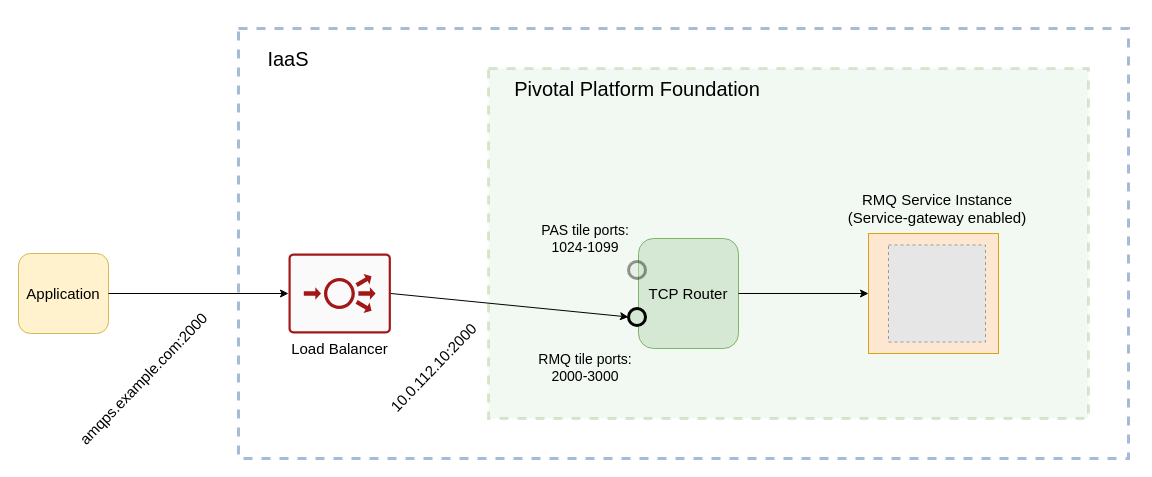
Above: images/drawio/service-gateway-architecture.drawio in pivotal-cf/docs-rabbitmq-staging (draw.io), before the change. Source tidied: cells renumbered, new cells numbered last; positions are measured from the earlier drawing's top-left corner, leaving out a move shared by most shapes. Both pictures are drawn from the tidied source at 100%, with x=0, y=0 at pixel (18, 28). Pictures stored in the file or linked from it are replaced by grey dashed boxes.
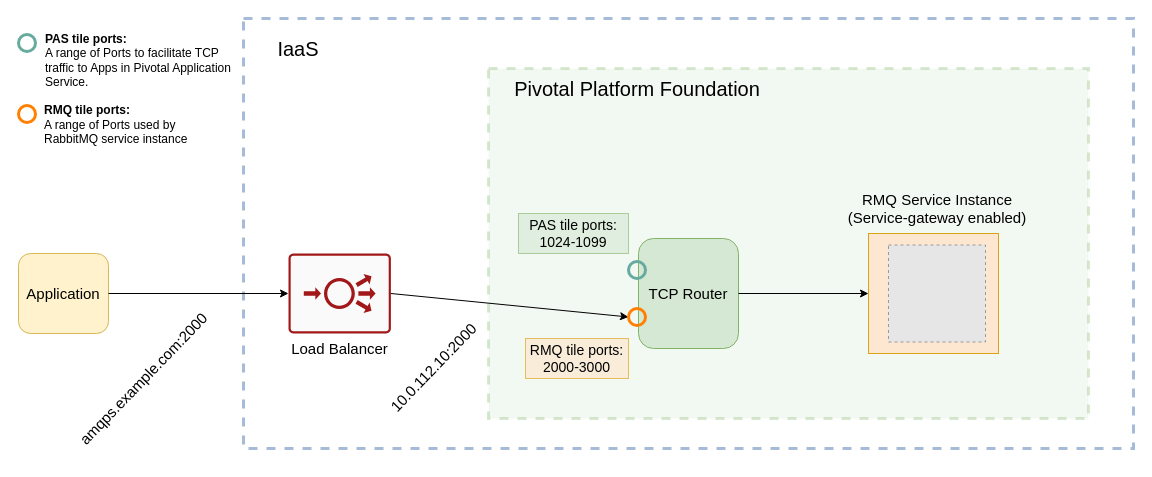
The same diagram, later.

Commit message (it also covers changes not shown here):
Added information about what different port ranges mean in the service gateway architecture diagram

[#166465111]

Change to the diagram source:
```diff
@@
     <mxCell id="2" style="rounded=0;whiteSpace=wrap;html=1;strokeWidth=3;opacity=60;dashed=1;fillColor=none;strokeColor=#6c8ebf;" parent="1" vertex="1">
-      <mxGeometry x="220" width="890" height="430" as="geometry" />
+      <mxGeometry x="225" y="-10" width="890" height="430" as="geometry" />
     </mxCell>
@@
     <mxCell id="13" value="&lt;font style=&quot;font-size: 20px&quot;&gt;IaaS&lt;/font&gt;" style="text;html=1;strokeColor=none;fillColor=none;align=center;verticalAlign=middle;whiteSpace=wrap;rounded=0;opacity=90;" parent="1" vertex="1">
-      <mxGeometry x="230" y="20" width="80" height="20" as="geometry" />
+      <mxGeometry x="240" y="10" width="80" height="20" as="geometry" />
     </mxCell>
-    <mxCell id="14" style="ellipse;whiteSpace=wrap;html=1;strokeColor=#000000;strokeWidth=3;fillColor=#d5e8d4;opacity=40;" parent="1" vertex="1">
+    <mxCell id="14" style="ellipse;whiteSpace=wrap;html=1;strokeColor=#67AB9F;strokeWidth=3;fillColor=none;" parent="1" vertex="1">
       <mxGeometry x="610" y="233" width="17" height="17" as="geometry" />
     </mxCell>
-    <mxCell id="15" style="ellipse;whiteSpace=wrap;html=1;strokeColor=#000000;strokeWidth=3;fillColor=#d5e8d4;" parent="1" vertex="1">
+    <mxCell id="15" style="ellipse;whiteSpace=wrap;html=1;strokeColor=#FF8000;strokeWidth=3;fillColor=none;" parent="1" vertex="1">
       <mxGeometry x="610" y="280" width="17" height="17" as="geometry" />
     </mxCell>
-    <mxCell id="16" value="&lt;font style=&quot;font-size: 14px&quot;&gt;PAS tile ports: 1024-1099&lt;/font&gt;" style="text;html=1;strokeColor=none;fillColor=none;align=center;verticalAlign=middle;whiteSpace=wrap;rounded=0;opacity=60;" parent="1" vertex="1">
-      <mxGeometry x="507" y="200" width="120" height="20" as="geometry" />
+    <mxCell id="16" value="&lt;font style=&quot;font-size: 14px&quot;&gt;PAS tile ports: 1024-1099&lt;/font&gt;" style="text;html=1;strokeColor=#82b366;fillColor=#d5e8d4;align=center;verticalAlign=middle;whiteSpace=wrap;rounded=0;opacity=60;" parent="1" vertex="1">
+      <mxGeometry x="500" y="185" width="110" height="40" as="geometry" />
     </mxCell>
-    <mxCell id="17" value="&lt;font style=&quot;font-size: 14px&quot;&gt;RMQ tile ports: 2000-3000&lt;/font&gt;" style="text;html=1;strokeColor=none;fillColor=none;align=center;verticalAlign=middle;whiteSpace=wrap;rounded=0;opacity=60;" parent="1" vertex="1">
-      <mxGeometry x="507" y="329" width="120" height="20" as="geometry" />
+    <mxCell id="17" value="&lt;font style=&quot;font-size: 14px&quot;&gt;RMQ tile ports: 2000-3000&lt;/font&gt;" style="text;html=1;strokeColor=#d79b00;fillColor=#ffe6cc;align=center;verticalAlign=middle;whiteSpace=wrap;rounded=0;opacity=60;" parent="1" vertex="1">
+      <mxGeometry x="507" y="310" width="103" height="40" as="geometry" />
     </mxCell>
@@
+    <mxCell id="23" style="group;" parent="1" vertex="1">
+      <mxGeometry y="-10" width="225" height="134" as="geometry" />
+    </mxCell>
+    <mxCell id="24" value="&lt;div&gt;&lt;br&gt;&lt;/div&gt;&lt;div&gt;&lt;b&gt; PAS ti&lt;/b&gt;&lt;b&gt;le ports:&lt;/b&gt;&lt;/div&gt;A range of Ports to facilitate TCP traffic to Apps in Pivotal Application Service." style="text;html=1;strokeColor=none;fillColor=none;align=left;verticalAlign=middle;whiteSpace=wrap;rounded=0;" parent="23" vertex="1">
+      <mxGeometry x="25" width="200" height="70" as="geometry" />
+    </mxCell>
+    <mxCell id="25" style="ellipse;whiteSpace=wrap;html=1;strokeColor=#67AB9F;strokeWidth=3;fillColor=none;" parent="23" vertex="1">
+      <mxGeometry y="16" width="17" height="17" as="geometry" />
+    </mxCell>
+    <mxCell id="26" style="ellipse;whiteSpace=wrap;html=1;strokeColor=#FF8000;strokeWidth=3;fillColor=none;" parent="23" vertex="1">
+      <mxGeometry y="87" width="17" height="17" as="geometry" />
+    </mxCell>
+    <mxCell id="27" value="&lt;div&gt;&lt;br&gt;&lt;/div&gt;&lt;div&gt;&lt;b&gt; RMQ ti&lt;/b&gt;&lt;b&gt;le ports:&lt;/b&gt;&lt;/div&gt;A range of Ports used by RabbitMQ service instance" style="text;html=1;strokeColor=none;fillColor=none;align=left;verticalAlign=middle;whiteSpace=wrap;rounded=0;" parent="23" vertex="1">
+      <mxGeometry x="24" y="64" width="176" height="70" as="geometry" />
+    </mxCell>
```
